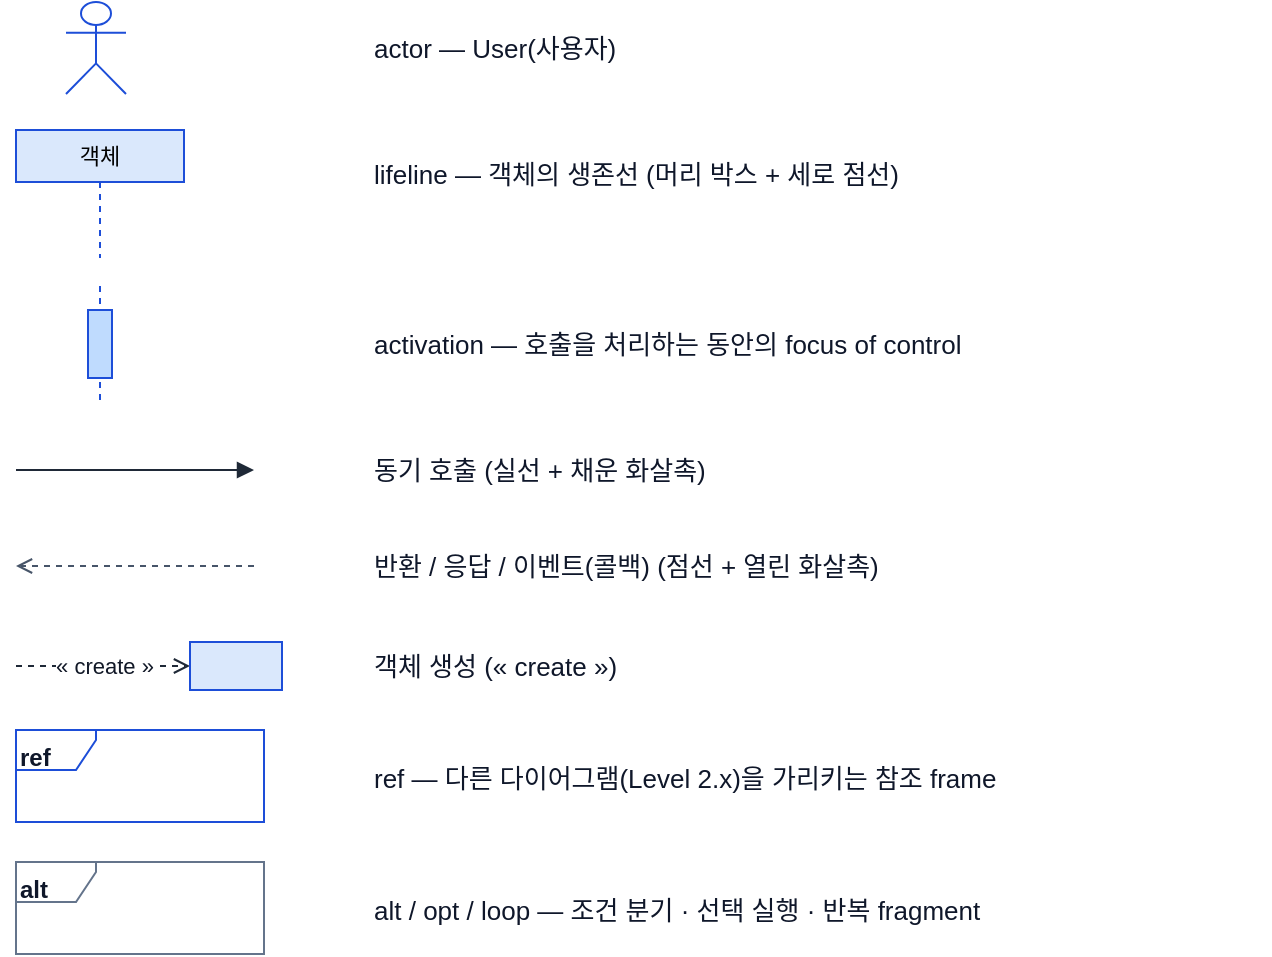
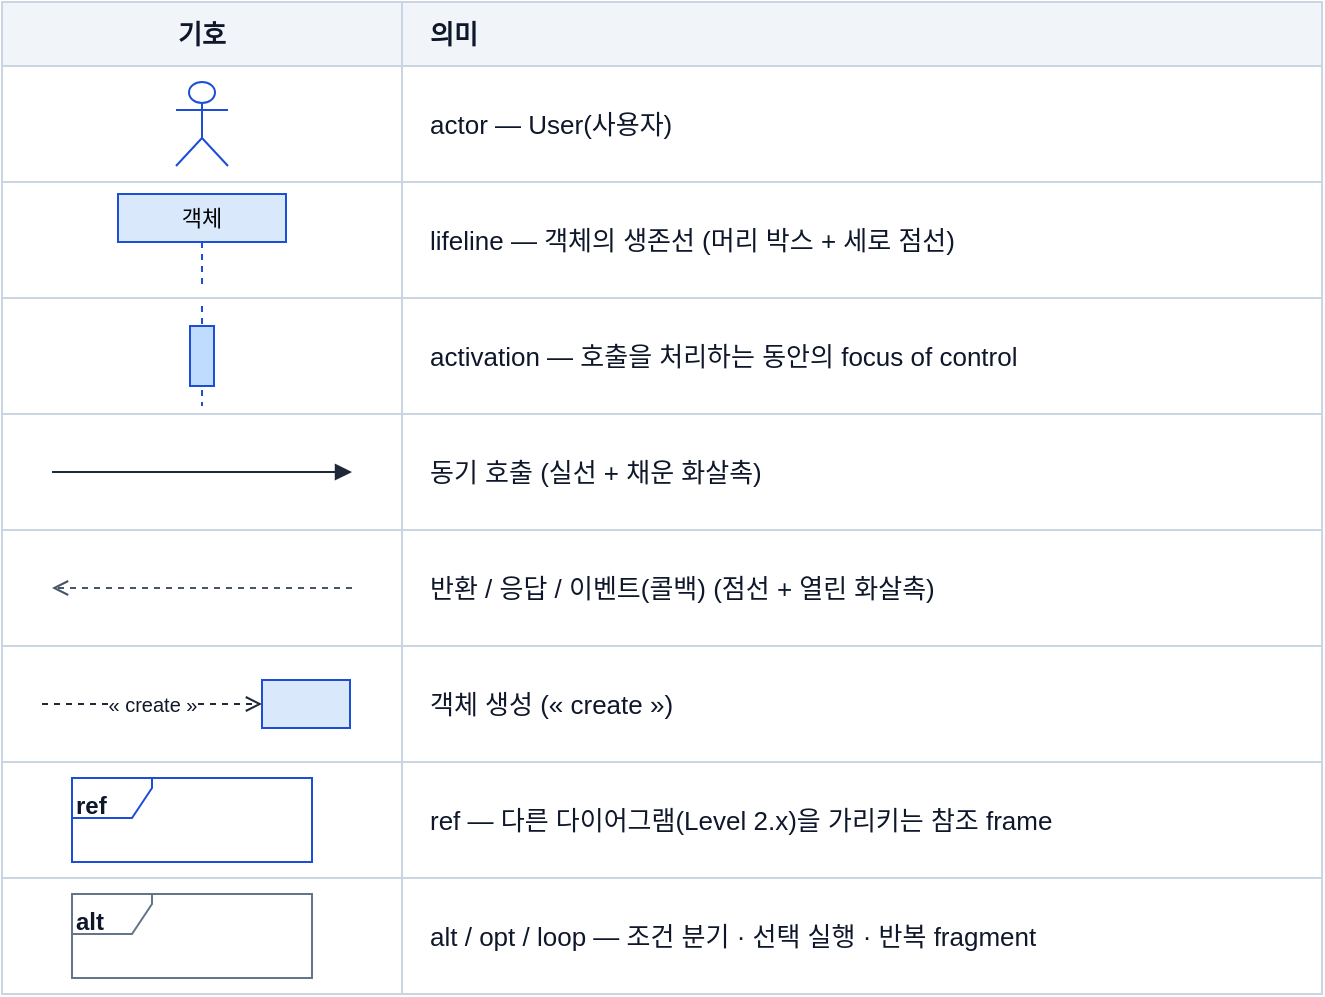
- <mxfile host="app.diagrams.net" agent="Claude" type="device"><diagram id="notation" name="표기 범례"><mxGraphModel grid="1" gridSize="10" guides="1" tooltips="1" connect="1" arrows="1" fold="1" page="1" pageScale="1" pageWidth="680" pageHeight="520" math="0" shadow="0"><root><mxCell id="0" /><mxCell id="1" parent="0" />
- <mxCell id="n_actor" value="" style="shape=umlActor;html=1;fillColor=none;strokeColor=#1d4ed8;verticalLabelPosition=bottom;verticalAlign=top;" vertex="1" parent="1"><mxGeometry x="58" y="24" width="30" height="46" as="geometry" /></mxCell>
- <mxCell id="n_l1" value="actor — User(사용자)" style="text;html=1;align=left;verticalAlign=middle;fontSize=13;fontColor=#0f172a;" vertex="1" parent="1"><mxGeometry x="210" y="24" width="450" height="46" as="geometry" /></mxCell>
+ <mxfile host="app.diagrams.net" agent="Claude" type="device"><diagram id="notation" name="표기 범례"><mxGraphModel grid="1" gridSize="10" guides="1" tooltips="1" connect="1" arrows="1" fold="1" page="1" pageScale="1" pageWidth="700" pageHeight="540" math="0" shadow="0"><root><mxCell id="0" /><mxCell id="1" parent="0" />
+ <mxCell id="h1" value="기호" style="rounded=0;whiteSpace=wrap;html=1;fillColor=#f1f5f9;strokeColor=#cbd5e1;fontSize=13;fontStyle=1;fontColor=#0f172a;" vertex="1" parent="1"><mxGeometry x="20" y="20" width="200" height="32" as="geometry" /></mxCell>
+ <mxCell id="h2" value="의미" style="rounded=0;whiteSpace=wrap;html=1;fillColor=#f1f5f9;strokeColor=#cbd5e1;fontSize=13;fontStyle=1;fontColor=#0f172a;align=left;spacingLeft=12;" vertex="1" parent="1"><mxGeometry x="220" y="20" width="460" height="32" as="geometry" /></mxCell>

- <mxCell id="n_llbox" value="객체" style="rounded=0;whiteSpace=wrap;html=1;fillColor=#dae8fc;strokeColor=#1d4ed8;fontSize=11;" vertex="1" parent="1"><mxGeometry x="33" y="88" width="84" height="26" as="geometry" /></mxCell>
- <mxCell id="n_llline" value="" style="html=1;endArrow=none;startArrow=none;dashed=1;strokeColor=#1d4ed8;" edge="1" parent="1"><mxGeometry relative="1" as="geometry"><mxPoint x="75" y="114" as="sourcePoint" /><mxPoint x="75" y="152" as="targetPoint" /></mxGeometry></mxCell>
- <mxCell id="n_l2" value="lifeline — 객체의 생존선 (머리 박스 + 세로 점선)" style="text;html=1;align=left;verticalAlign=middle;fontSize=13;fontColor=#0f172a;" vertex="1" parent="1"><mxGeometry x="210" y="90" width="450" height="40" as="geometry" /></mxCell>
+ <mxCell id="c1_0" value="" style="rounded=0;html=1;fillColor=none;strokeColor=#cbd5e1;" vertex="1" parent="1"><mxGeometry x="20" y="52" width="200" height="58" as="geometry" /></mxCell>
+ <mxCell id="c2_0" value="actor — User(사용자)" style="rounded=0;whiteSpace=wrap;html=1;fillColor=none;strokeColor=#cbd5e1;align=left;verticalAlign=middle;spacingLeft=12;fontSize=13;fontColor=#0f172a;" vertex="1" parent="1"><mxGeometry x="220" y="52" width="460" height="58" as="geometry" /></mxCell>
+ <mxCell id="s0" value="" style="shape=umlActor;html=1;fillColor=none;strokeColor=#1d4ed8;" vertex="1" parent="1"><mxGeometry x="107" y="60" width="26" height="42" as="geometry" /></mxCell>

- <mxCell id="n_actline" value="" style="html=1;endArrow=none;startArrow=none;dashed=1;strokeColor=#1d4ed8;" edge="1" parent="1"><mxGeometry relative="1" as="geometry"><mxPoint x="75" y="166" as="sourcePoint" /><mxPoint x="75" y="226" as="targetPoint" /></mxGeometry></mxCell>
- <mxCell id="n_actbar" value="" style="html=1;points=[];perimeter=orthogonalPerimeter;fillColor=#bfdbfe;strokeColor=#1d4ed8;" vertex="1" parent="1"><mxGeometry x="69" y="178" width="12" height="34" as="geometry" /></mxCell>
- <mxCell id="n_l3" value="activation — 호출을 처리하는 동안의 focus of control" style="text;html=1;align=left;verticalAlign=middle;fontSize=13;fontColor=#0f172a;" vertex="1" parent="1"><mxGeometry x="210" y="178" width="450" height="34" as="geometry" /></mxCell>
+ <mxCell id="c1_1" value="" style="rounded=0;html=1;fillColor=none;strokeColor=#cbd5e1;" vertex="1" parent="1"><mxGeometry x="20" y="110" width="200" height="58" as="geometry" /></mxCell>
+ <mxCell id="c2_1" value="lifeline — 객체의 생존선 (머리 박스 + 세로 점선)" style="rounded=0;whiteSpace=wrap;html=1;fillColor=none;strokeColor=#cbd5e1;align=left;verticalAlign=middle;spacingLeft=12;fontSize=13;fontColor=#0f172a;" vertex="1" parent="1"><mxGeometry x="220" y="110" width="460" height="58" as="geometry" /></mxCell>
+ <mxCell id="s1box" value="객체" style="rounded=0;whiteSpace=wrap;html=1;fillColor=#dae8fc;strokeColor=#1d4ed8;fontSize=11;" vertex="1" parent="1"><mxGeometry x="78" y="116" width="84" height="24" as="geometry" /></mxCell>
+ <mxCell id="s1line" value="" style="html=1;endArrow=none;startArrow=none;dashed=1;strokeColor=#1d4ed8;" edge="1" parent="1"><mxGeometry relative="1" as="geometry"><mxPoint x="120" y="140" as="sourcePoint" /><mxPoint x="120" y="164" as="targetPoint" /></mxGeometry></mxCell>

- <mxCell id="n_sync" value="" style="html=1;endArrow=block;startArrow=none;rounded=0;strokeColor=#1f2937;" edge="1" parent="1"><mxGeometry relative="1" as="geometry"><mxPoint x="33" y="258" as="sourcePoint" /><mxPoint x="152" y="258" as="targetPoint" /></mxGeometry></mxCell>
- <mxCell id="n_l4" value="동기 호출 (실선 + 채운 화살촉)" style="text;html=1;align=left;verticalAlign=middle;fontSize=13;fontColor=#0f172a;" vertex="1" parent="1"><mxGeometry x="210" y="242" width="450" height="32" as="geometry" /></mxCell>
+ <mxCell id="c1_2" value="" style="rounded=0;html=1;fillColor=none;strokeColor=#cbd5e1;" vertex="1" parent="1"><mxGeometry x="20" y="168" width="200" height="58" as="geometry" /></mxCell>
+ <mxCell id="c2_2" value="activation — 호출을 처리하는 동안의 focus of control" style="rounded=0;whiteSpace=wrap;html=1;fillColor=none;strokeColor=#cbd5e1;align=left;verticalAlign=middle;spacingLeft=12;fontSize=13;fontColor=#0f172a;" vertex="1" parent="1"><mxGeometry x="220" y="168" width="460" height="58" as="geometry" /></mxCell>
+ <mxCell id="s2line" value="" style="html=1;endArrow=none;startArrow=none;dashed=1;strokeColor=#1d4ed8;" edge="1" parent="1"><mxGeometry relative="1" as="geometry"><mxPoint x="120" y="172" as="sourcePoint" /><mxPoint x="120" y="222" as="targetPoint" /></mxGeometry></mxCell>
+ <mxCell id="s2bar" value="" style="html=1;points=[];perimeter=orthogonalPerimeter;fillColor=#bfdbfe;strokeColor=#1d4ed8;" vertex="1" parent="1"><mxGeometry x="114" y="182" width="12" height="30" as="geometry" /></mxCell>

- <mxCell id="n_ret" value="" style="html=1;endArrow=open;startArrow=none;dashed=1;rounded=0;strokeColor=#475569;" edge="1" parent="1"><mxGeometry relative="1" as="geometry"><mxPoint x="152" y="306" as="sourcePoint" /><mxPoint x="33" y="306" as="targetPoint" /></mxGeometry></mxCell>
- <mxCell id="n_l5" value="반환 / 응답 / 이벤트(콜백) (점선 + 열린 화살촉)" style="text;html=1;align=left;verticalAlign=middle;fontSize=13;fontColor=#0f172a;" vertex="1" parent="1"><mxGeometry x="210" y="290" width="450" height="32" as="geometry" /></mxCell>
+ <mxCell id="c1_3" value="" style="rounded=0;html=1;fillColor=none;strokeColor=#cbd5e1;" vertex="1" parent="1"><mxGeometry x="20" y="226" width="200" height="58" as="geometry" /></mxCell>
+ <mxCell id="c2_3" value="동기 호출 (실선 + 채운 화살촉)" style="rounded=0;whiteSpace=wrap;html=1;fillColor=none;strokeColor=#cbd5e1;align=left;verticalAlign=middle;spacingLeft=12;fontSize=13;fontColor=#0f172a;" vertex="1" parent="1"><mxGeometry x="220" y="226" width="460" height="58" as="geometry" /></mxCell>
+ <mxCell id="s3" value="" style="html=1;endArrow=block;startArrow=none;rounded=0;strokeColor=#1f2937;" edge="1" parent="1"><mxGeometry relative="1" as="geometry"><mxPoint x="45" y="255" as="sourcePoint" /><mxPoint x="195" y="255" as="targetPoint" /></mxGeometry></mxCell>

- <mxCell id="n_create" value="« create »" style="html=1;endArrow=open;startArrow=none;dashed=1;rounded=0;strokeColor=#1f2937;fontColor=#111827;fontSize=11;labelBackgroundColor=#ffffff;" edge="1" parent="1"><mxGeometry relative="1" as="geometry"><mxPoint x="33" y="356" as="sourcePoint" /><mxPoint x="120" y="356" as="targetPoint" /></mxGeometry></mxCell>
- <mxCell id="n_cbox" value="" style="rounded=0;html=1;fillColor=#dae8fc;strokeColor=#1d4ed8;" vertex="1" parent="1"><mxGeometry x="120" y="344" width="46" height="24" as="geometry" /></mxCell>
- <mxCell id="n_l6" value="객체 생성 («&#160;create&#160;»)" style="text;html=1;align=left;verticalAlign=middle;fontSize=13;fontColor=#0f172a;" vertex="1" parent="1"><mxGeometry x="210" y="344" width="450" height="24" as="geometry" /></mxCell>
+ <mxCell id="c1_4" value="" style="rounded=0;html=1;fillColor=none;strokeColor=#cbd5e1;" vertex="1" parent="1"><mxGeometry x="20" y="284" width="200" height="58" as="geometry" /></mxCell>
+ <mxCell id="c2_4" value="반환 / 응답 / 이벤트(콜백) (점선 + 열린 화살촉)" style="rounded=0;whiteSpace=wrap;html=1;fillColor=none;strokeColor=#cbd5e1;align=left;verticalAlign=middle;spacingLeft=12;fontSize=13;fontColor=#0f172a;" vertex="1" parent="1"><mxGeometry x="220" y="284" width="460" height="58" as="geometry" /></mxCell>
+ <mxCell id="s4" value="" style="html=1;endArrow=open;startArrow=none;dashed=1;rounded=0;strokeColor=#475569;" edge="1" parent="1"><mxGeometry relative="1" as="geometry"><mxPoint x="195" y="313" as="sourcePoint" /><mxPoint x="45" y="313" as="targetPoint" /></mxGeometry></mxCell>

- <mxCell id="n_ref" value="ref" style="shape=umlFrame;whiteSpace=wrap;html=1;fillColor=none;strokeColor=#1d4ed8;fontColor=#0f172a;fontSize=12;fontStyle=1;width=40;height=20;verticalAlign=top;align=left;" vertex="1" parent="1"><mxGeometry x="33" y="388" width="124" height="46" as="geometry" /></mxCell>
- <mxCell id="n_l7" value="ref — 다른 다이어그램(Level 2.x)을 가리키는 참조 frame" style="text;html=1;align=left;verticalAlign=middle;fontSize=13;fontColor=#0f172a;" vertex="1" parent="1"><mxGeometry x="210" y="400" width="450" height="24" as="geometry" /></mxCell>
+ <mxCell id="c1_5" value="" style="rounded=0;html=1;fillColor=none;strokeColor=#cbd5e1;" vertex="1" parent="1"><mxGeometry x="20" y="342" width="200" height="58" as="geometry" /></mxCell>
+ <mxCell id="c2_5" value="객체 생성 (« create »)" style="rounded=0;whiteSpace=wrap;html=1;fillColor=none;strokeColor=#cbd5e1;align=left;verticalAlign=middle;spacingLeft=12;fontSize=13;fontColor=#0f172a;" vertex="1" parent="1"><mxGeometry x="220" y="342" width="460" height="58" as="geometry" /></mxCell>
+ <mxCell id="s5arrow" value="« create »" style="html=1;endArrow=open;startArrow=none;dashed=1;rounded=0;strokeColor=#1f2937;fontColor=#111827;fontSize=10;labelBackgroundColor=#ffffff;" edge="1" parent="1"><mxGeometry relative="1" as="geometry"><mxPoint x="40" y="371" as="sourcePoint" /><mxPoint x="150" y="371" as="targetPoint" /></mxGeometry></mxCell>
+ <mxCell id="s5box" value="" style="rounded=0;html=1;fillColor=#dae8fc;strokeColor=#1d4ed8;" vertex="1" parent="1"><mxGeometry x="150" y="359" width="44" height="24" as="geometry" /></mxCell>

- <mxCell id="n_alt" value="alt" style="shape=umlFrame;whiteSpace=wrap;html=1;fillColor=none;strokeColor=#64748b;fontColor=#0f172a;fontSize=12;fontStyle=1;width=40;height=20;verticalAlign=top;align=left;" vertex="1" parent="1"><mxGeometry x="33" y="454" width="124" height="46" as="geometry" /></mxCell>
- <mxCell id="n_l8" value="alt / opt / loop — 조건 분기 · 선택 실행 · 반복 fragment" style="text;html=1;align=left;verticalAlign=middle;fontSize=13;fontColor=#0f172a;" vertex="1" parent="1"><mxGeometry x="210" y="466" width="450" height="24" as="geometry" /></mxCell>
+ <mxCell id="c1_6" value="" style="rounded=0;html=1;fillColor=none;strokeColor=#cbd5e1;" vertex="1" parent="1"><mxGeometry x="20" y="400" width="200" height="58" as="geometry" /></mxCell>
+ <mxCell id="c2_6" value="ref — 다른 다이어그램(Level 2.x)을 가리키는 참조 frame" style="rounded=0;whiteSpace=wrap;html=1;fillColor=none;strokeColor=#cbd5e1;align=left;verticalAlign=middle;spacingLeft=12;fontSize=13;fontColor=#0f172a;" vertex="1" parent="1"><mxGeometry x="220" y="400" width="460" height="58" as="geometry" /></mxCell>
+ <mxCell id="s6" value="ref" style="shape=umlFrame;whiteSpace=wrap;html=1;fillColor=none;strokeColor=#1d4ed8;fontColor=#0f172a;fontSize=12;fontStyle=1;width=40;height=20;verticalAlign=top;align=left;" vertex="1" parent="1"><mxGeometry x="55" y="408" width="120" height="42" as="geometry" /></mxCell>
+ 
+ <mxCell id="c1_7" value="" style="rounded=0;html=1;fillColor=none;strokeColor=#cbd5e1;" vertex="1" parent="1"><mxGeometry x="20" y="458" width="200" height="58" as="geometry" /></mxCell>
+ <mxCell id="c2_7" value="alt / opt / loop — 조건 분기 · 선택 실행 · 반복 fragment" style="rounded=0;whiteSpace=wrap;html=1;fillColor=none;strokeColor=#cbd5e1;align=left;verticalAlign=middle;spacingLeft=12;fontSize=13;fontColor=#0f172a;" vertex="1" parent="1"><mxGeometry x="220" y="458" width="460" height="58" as="geometry" /></mxCell>
+ <mxCell id="s7" value="alt" style="shape=umlFrame;whiteSpace=wrap;html=1;fillColor=none;strokeColor=#64748b;fontColor=#0f172a;fontSize=12;fontStyle=1;width=40;height=20;verticalAlign=top;align=left;" vertex="1" parent="1"><mxGeometry x="55" y="466" width="120" height="42" as="geometry" /></mxCell>
</root></mxGraphModel></diagram></mxfile>
